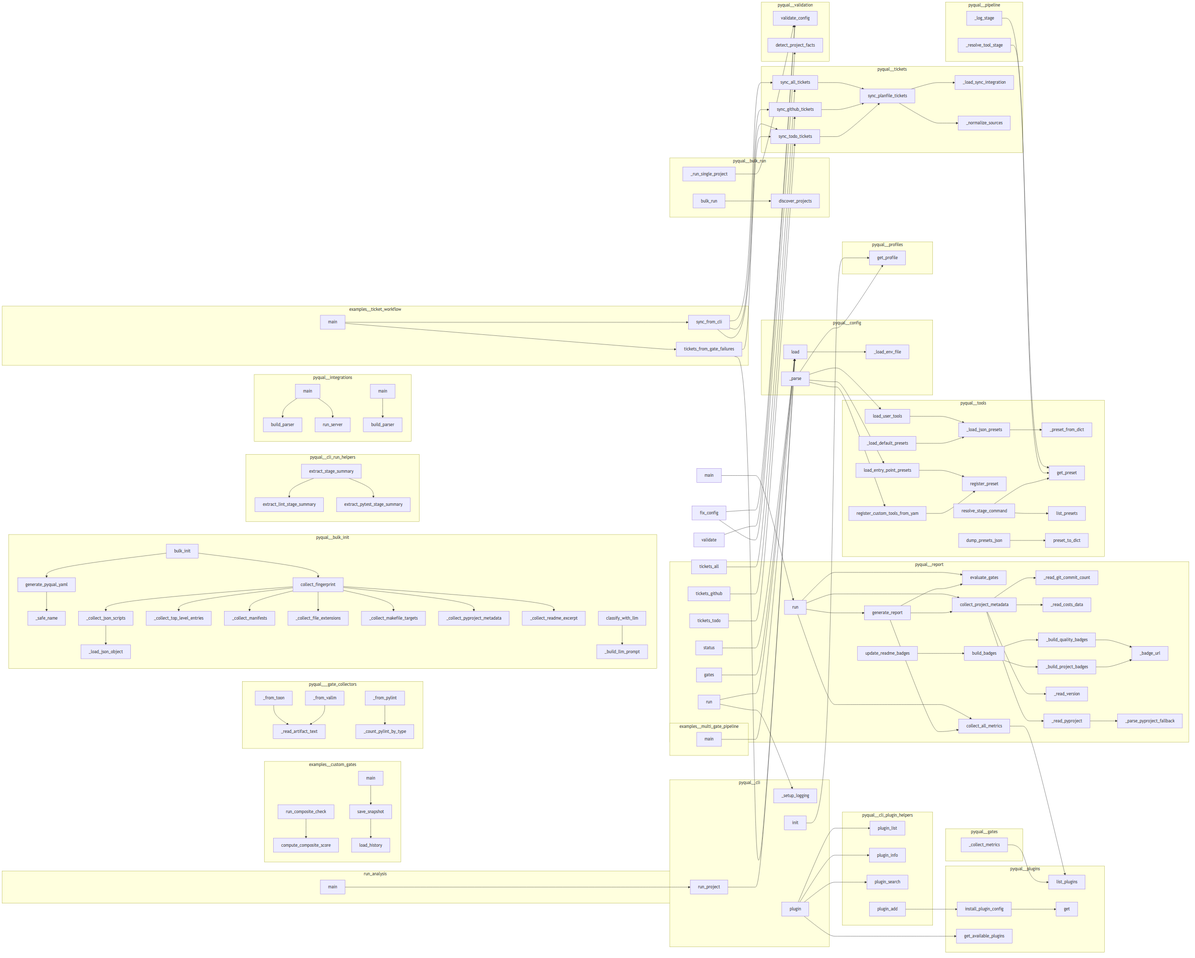
Above: project/calls.png in semcod/pyqual (Mermaid), before the change. Its source is kept beside it as project/calls.mmd.
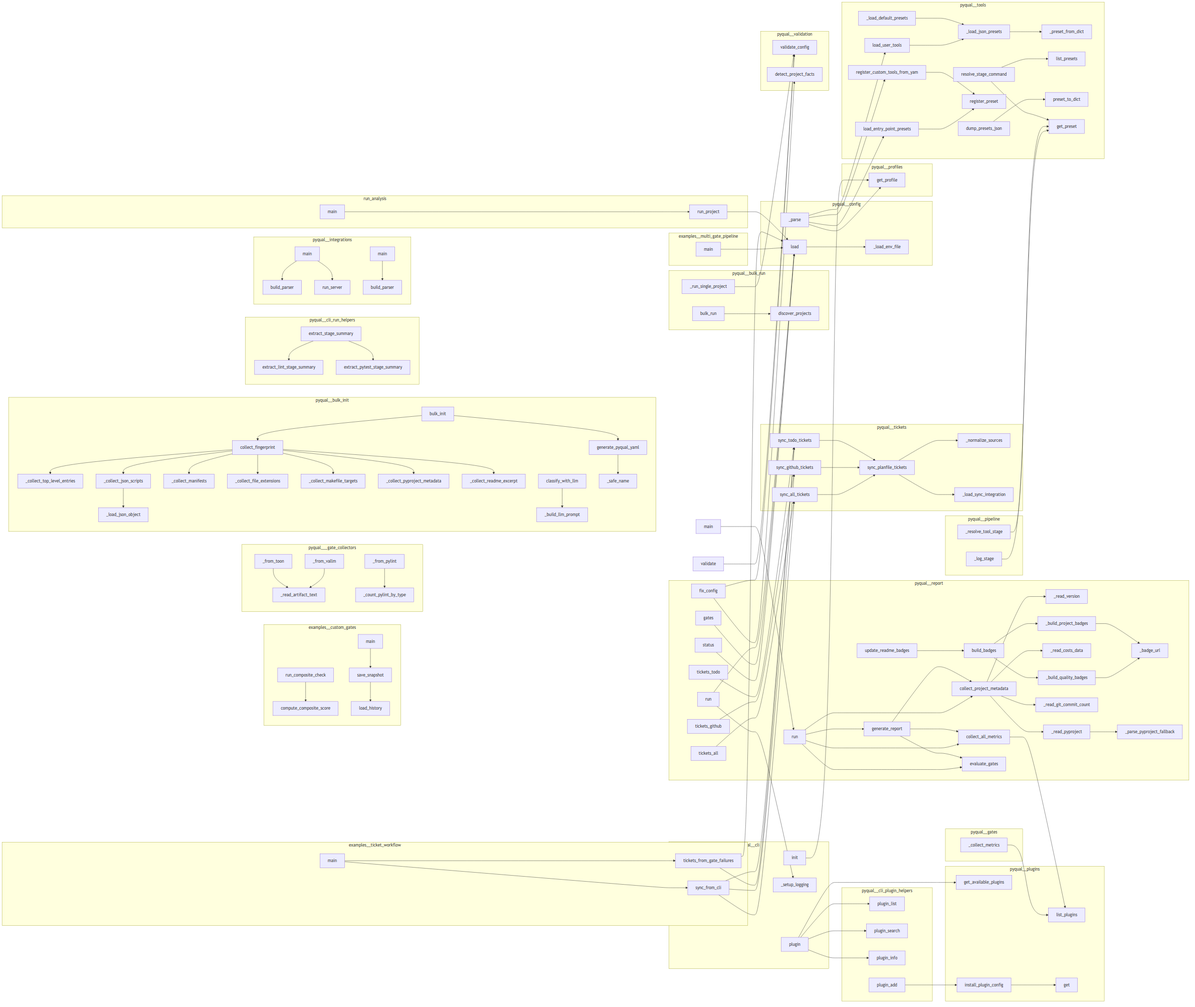
Later version of the same file.

Diff of the diagram source:
```diff
@@ -3,62 +3,62 @@
         examples__custom_gates__composite_gates__compute_composite_score["compute_composite_score"]
         examples__custom_gates__metric_history__main["main"]
         examples__custom_gates__composite_gates__run_composite_check["run_composite_check"]
+        examples__custom_gates__metric_history__load_history["load_history"]
         examples__custom_gates__metric_history__save_snapshot["save_snapshot"]
-        examples__custom_gates__metric_history__load_history["load_history"]
     end
     subgraph examples__multi_gate_pipeline
         examples__multi_gate_pipeline__run_pipeline__main["main"]
     end
     subgraph examples__ticket_workflow
         examples__ticket_workflow__sync_tickets__sync_from_cli["sync_from_cli"]
+        examples__ticket_workflow__sync_tickets__main["main"]
         examples__ticket_workflow__sync_tickets__tickets_from_gate_failures["tickets_from_gate_failures"]
-        examples__ticket_workflow__sync_tickets__main["main"]
     end
     subgraph pyqual___gate_collectors
+        pyqual___gate_collectors___from_toon["_from_toon"]
+        pyqual___gate_collectors___count_pylint_by_type["_count_pylint_by_type"]
+        pyqual___gate_collectors___from_vallm["_from_vallm"]
+        pyqual___gate_collectors___from_pylint["_from_pylint"]
         pyqual___gate_collectors___read_artifact_text["_read_artifact_text"]
-        pyqual___gate_collectors___from_pylint["_from_pylint"]
-        pyqual___gate_collectors___count_pylint_by_type["_count_pylint_by_type"]
-        pyqual___gate_collectors___from_toon["_from_toon"]
-        pyqual___gate_collectors___from_vallm["_from_vallm"]
     end
     subgraph pyqual__bulk_init
+        pyqual__bulk_init___collect_top_level_entries["_collect_top_level_entries"]
+        pyqual__bulk_init___collect_pyproject_metadata["_collect_pyproject_metadata"]
+        pyqual__bulk_init___load_json_object["_load_json_object"]
+        pyqual__bulk_init___collect_manifests["_collect_manifests"]
+        pyqual__bulk_init__collect_fingerprint["collect_fingerprint"]
+        pyqual__bulk_init__classify_with_llm["classify_with_llm"]
+        pyqual__bulk_init___build_llm_prompt["_build_llm_prompt"]
+        pyqual__bulk_init___collect_json_scripts["_collect_json_scripts"]
+        pyqual__bulk_init__bulk_init["bulk_init"]
         pyqual__bulk_init___safe_name["_safe_name"]
         pyqual__bulk_init___collect_readme_excerpt["_collect_readme_excerpt"]
         pyqual__bulk_init___collect_makefile_targets["_collect_makefile_targets"]
-        pyqual__bulk_init___load_json_object["_load_json_object"]
-        pyqual__bulk_init__classify_with_llm["classify_with_llm"]
-        pyqual__bulk_init___collect_json_scripts["_collect_json_scripts"]
-        pyqual__bulk_init___collect_pyproject_metadata["_collect_pyproject_metadata"]
-        pyqual__bulk_init___collect_manifests["_collect_manifests"]
-        pyqual__bulk_init__bulk_init["bulk_init"]
         pyqual__bulk_init___collect_file_extensions["_collect_file_extensions"]
-        pyqual__bulk_init__collect_fingerprint["collect_fingerprint"]
-        pyqual__bulk_init___build_llm_prompt["_build_llm_prompt"]
-        pyqual__bulk_init___collect_top_level_entries["_collect_top_level_entries"]
         pyqual__bulk_init__generate_pyqual_yaml["generate_pyqual_yaml"]
     end
     subgraph pyqual__bulk_run
+        pyqual__bulk_run__bulk_run["bulk_run"]
         pyqual__bulk_run__discover_projects["discover_projects"]
-        pyqual__bulk_run__bulk_run["bulk_run"]
         pyqual__bulk_run___run_single_project["_run_single_project"]
     end
     subgraph pyqual__cli
+        pyqual__cli__status["status"]
+        pyqual__cli__tickets_github["tickets_github"]
         pyqual__cli__validate["validate"]
+        pyqual__cli__gates["gates"]
+        pyqual__cli__init["init"]
+        pyqual__cli__tickets_todo["tickets_todo"]
+        pyqual__cli__tickets_all["tickets_all"]
         pyqual__cli___setup_logging["_setup_logging"]
-        pyqual__cli__tickets_todo["tickets_todo"]
-        pyqual__cli__init["init"]
+        pyqual__cli__plugin["plugin"]
+        pyqual__cli__fix_config["fix_config"]
         pyqual__cli__run["run"]
-        pyqual__cli__tickets_github["tickets_github"]
-        pyqual__cli__status["status"]
-        pyqual__cli__fix_config["fix_config"]
-        pyqual__cli__plugin["plugin"]
-        pyqual__cli__gates["gates"]
-        pyqual__cli__tickets_all["tickets_all"]
     end
     subgraph pyqual__cli_plugin_helpers
         pyqual__cli_plugin_helpers__plugin_list["plugin_list"]
+        pyqual__cli_plugin_helpers__plugin_search["plugin_search"]
         pyqual__cli_plugin_helpers__plugin_info["plugin_info"]
-        pyqual__cli_plugin_helpers__plugin_search["plugin_search"]
         pyqual__cli_plugin_helpers__plugin_add["plugin_add"]
     end
     subgraph pyqual__cli_run_helpers
@@ -75,11 +75,11 @@
         pyqual__gates__GateSet___collect_metrics["_collect_metrics"]
     end
     subgraph pyqual__integrations
-        pyqual__integrations__llx_mcp_service__main["main"]
         pyqual__integrations__llx_mcp_service__build_parser["build_parser"]
         pyqual__integrations__llx_mcp__build_parser["build_parser"]
+        pyqual__integrations__llx_mcp_service__run_server["run_server"]
         pyqual__integrations__llx_mcp__main["main"]
-        pyqual__integrations__llx_mcp_service__run_server["run_server"]
+        pyqual__integrations__llx_mcp_service__main["main"]
     end
     subgraph pyqual__pipeline
         pyqual__pipeline__Pipeline___log_stage["_log_stage"]
@@ -87,52 +87,52 @@
     end
     subgraph pyqual__plugins
         pyqual__plugins__PluginRegistry__list_plugins["list_plugins"]
+        pyqual__plugins__get_available_plugins["get_available_plugins"]
         pyqual__plugins__install_plugin_config["install_plugin_config"]
         pyqual__plugins__PluginRegistry__get["get"]
-        pyqual__plugins__get_available_plugins["get_available_plugins"]
     end
     subgraph pyqual__profiles
         pyqual__profiles__get_profile["get_profile"]
     end
     subgraph pyqual__report
+        pyqual__report___read_version["_read_version"]
+        pyqual__report__collect_all_metrics["collect_all_metrics"]
+        pyqual__report___build_project_badges["_build_project_badges"]
+        pyqual__report___read_costs_data["_read_costs_data"]
+        pyqual__report__build_badges["build_badges"]
+        pyqual__report__collect_project_metadata["collect_project_metadata"]
+        pyqual__report___badge_url["_badge_url"]
+        pyqual__report___read_pyproject["_read_pyproject"]
+        pyqual__report__main["main"]
         pyqual__report__generate_report["generate_report"]
+        pyqual__report__run["run"]
+        pyqual__report___parse_pyproject_fallback["_parse_pyproject_fallback"]
         pyqual__report___read_git_commit_count["_read_git_commit_count"]
         pyqual__report__update_readme_badges["update_readme_badges"]
         pyqual__report__evaluate_gates["evaluate_gates"]
-        pyqual__report___read_costs_data["_read_costs_data"]
-        pyqual__report__build_badges["build_badges"]
-        pyqual__report__main["main"]
         pyqual__report___build_quality_badges["_build_quality_badges"]
-        pyqual__report___read_pyproject["_read_pyproject"]
-        pyqual__report___badge_url["_badge_url"]
-        pyqual__report___parse_pyproject_fallback["_parse_pyproject_fallback"]
-        pyqual__report__collect_all_metrics["collect_all_metrics"]
-        pyqual__report__run["run"]
-        pyqual__report___read_version["_read_version"]
-        pyqual__report__collect_project_metadata["collect_project_metadata"]
-        pyqual__report___build_project_badges["_build_project_badges"]
     end
     subgraph pyqual__tickets
+        pyqual__tickets___normalize_sources["_normalize_sources"]
+        pyqual__tickets___load_sync_integration["_load_sync_integration"]
         pyqual__tickets__sync_github_tickets["sync_github_tickets"]
-        pyqual__tickets___load_sync_integration["_load_sync_integration"]
+        pyqual__tickets__sync_all_tickets["sync_all_tickets"]
         pyqual__tickets__sync_todo_tickets["sync_todo_tickets"]
-        pyqual__tickets__sync_all_tickets["sync_all_tickets"]
-        pyqual__tickets___normalize_sources["_normalize_sources"]
         pyqual__tickets__sync_planfile_tickets["sync_planfile_tickets"]
     end
     subgraph pyqual__tools
+        pyqual__tools__resolve_stage_command["resolve_stage_command"]
+        pyqual__tools__dump_presets_json["dump_presets_json"]
         pyqual__tools___preset_from_dict["_preset_from_dict"]
-        pyqual__tools___load_default_presets["_load_default_presets"]
-        pyqual__tools__get_preset["get_preset"]
-        pyqual__tools___load_json_presets["_load_json_presets"]
         pyqual__tools__register_preset["register_preset"]
-        pyqual__tools__register_custom_tools_from_yaml["register_custom_tools_from_yam"]
-        pyqual__tools__dump_presets_json["dump_presets_json"]
         pyqual__tools__load_user_tools["load_user_tools"]
         pyqual__tools__list_presets["list_presets"]
         pyqual__tools__preset_to_dict["preset_to_dict"]
         pyqual__tools__load_entry_point_presets["load_entry_point_presets"]
-        pyqual__tools__resolve_stage_command["resolve_stage_command"]
+        pyqual__tools__register_custom_tools_from_yaml["register_custom_tools_from_yam"]
+        pyqual__tools___load_default_presets["_load_default_presets"]
+        pyqual__tools___load_json_presets["_load_json_presets"]
+        pyqual__tools__get_preset["get_preset"]
     end
     subgraph pyqual__validation
         pyqual__validation__validate_config["validate_config"]
@@ -142,11 +142,11 @@
         run_analysis__main["main"]
         run_analysis__run_project["run_project"]
     end
+    examples__custom_gates__metric_history__save_snapshot --> examples__custom_gates__metric_history__load_history
+    examples__custom_gates__metric_history__main --> examples__custom_gates__metric_history__save_snapshot
     run_analysis__run_project --> pyqual__config__PyqualConfig__load
     run_analysis__main --> run_analysis__run_project
     examples__custom_gates__composite_gates__run_composite_check --> examples__custom_gates__composite_gates__compute_composite_score
-    examples__custom_gates__metric_history__save_snapshot --> examples__custom_gates__metric_history__load_history
-    examples__custom_gates__metric_history__main --> examples__custom_gates__metric_history__save_snapshot
     examples__ticket_workflow__sync_tickets__sync_from_cli --> pyqual__tickets__sync_github_tickets
     examples__ticket_workflow__sync_tickets__sync_from_cli --> pyqual__tickets__sync_all_tickets
     examples__ticket_workflow__sync_tickets__sync_from_cli --> pyqual__tickets__sync_todo_tickets
@@ -155,11 +155,6 @@
     examples__ticket_workflow__sync_tickets__main --> examples__ticket_workflow__sync_tickets__sync_from_cli
     examples__ticket_workflow__sync_tickets__main --> examples__ticket_workflow__sync_tickets__tickets_from_gate_failures
     examples__multi_gate_pipeline__run_pipeline__main --> pyqual__config__PyqualConfig__load
-    pyqual__config__PyqualConfig__load --> pyqual__config___load_env_file
-    pyqual__config__PyqualConfig___parse --> pyqual__tools__load_entry_point_presets
-    pyqual__config__PyqualConfig___parse --> pyqual__tools__load_user_tools
-    pyqual__config__PyqualConfig___parse --> pyqual__tools__register_custom_tools_from_yaml
-    pyqual__config__PyqualConfig___parse --> pyqual__profiles__get_profile
     pyqual__plugins__install_plugin_config --> pyqual__plugins__PluginRegistry__get
     pyqual__tools___load_json_presets --> pyqual__tools___preset_from_dict
     pyqual__tools___load_default_presets --> pyqual__tools___load_json_presets
@@ -170,6 +165,11 @@
     pyqual__tools__resolve_stage_command --> pyqual__tools__get_preset
     pyqual__tools__resolve_stage_command --> pyqual__tools__list_presets
     pyqual__gates__GateSet___collect_metrics --> pyqual__plugins__PluginRegistry__list_plugins
+    pyqual__config__PyqualConfig__load --> pyqual__config___load_env_file
+    pyqual__config__PyqualConfig___parse --> pyqual__tools__load_entry_point_presets
+    pyqual__config__PyqualConfig___parse --> pyqual__tools__load_user_tools
+    pyqual__config__PyqualConfig___parse --> pyqual__tools__register_custom_tools_from_yaml
+    pyqual__config__PyqualConfig___parse --> pyqual__profiles__get_profile
     pyqual__tickets__sync_planfile_tickets --> pyqual__tickets___load_sync_integration
     pyqual__tickets__sync_planfile_tickets --> pyqual__tickets___normalize_sources
     pyqual__tickets__sync_todo_tickets --> pyqual__tickets__sync_planfile_tickets
@@ -196,6 +196,11 @@
     pyqual___gate_collectors___from_pylint --> pyqual___gate_collectors___count_pylint_by_type
     pyqual__cli_run_helpers__extract_stage_summary --> pyqual__cli_run_helpers__extract_pytest_stage_summary
     pyqual__cli_run_helpers__extract_stage_summary --> pyqual__cli_run_helpers__extract_lint_stage_summary
+    pyqual__bulk_run___run_single_project --> pyqual__validation__validate_config
+    pyqual__bulk_run__bulk_run --> pyqual__bulk_run__discover_projects
+    pyqual__integrations__llx_mcp_service__main --> pyqual__integrations__llx_mcp_service__build_parser
+    pyqual__integrations__llx_mcp_service__main --> pyqual__integrations__llx_mcp_service__run_server
+    pyqual__integrations__llx_mcp__main --> pyqual__integrations__llx_mcp__build_parser
     pyqual__bulk_init___collect_json_scripts --> pyqual__bulk_init___load_json_object
     pyqual__bulk_init__collect_fingerprint --> pyqual__bulk_init___collect_top_level_entries
     pyqual__bulk_init__collect_fingerprint --> pyqual__bulk_init___collect_manifests
@@ -208,11 +213,6 @@
     pyqual__bulk_init__generate_pyqual_yaml --> pyqual__bulk_init___safe_name
     pyqual__bulk_init__bulk_init --> pyqual__bulk_init__collect_fingerprint
     pyqual__bulk_init__bulk_init --> pyqual__bulk_init__generate_pyqual_yaml
-    pyqual__bulk_run___run_single_project --> pyqual__validation__validate_config
-    pyqual__bulk_run__bulk_run --> pyqual__bulk_run__discover_projects
-    pyqual__integrations__llx_mcp_service__main --> pyqual__integrations__llx_mcp_service__build_parser
-    pyqual__integrations__llx_mcp_service__main --> pyqual__integrations__llx_mcp_service__run_server
-    pyqual__integrations__llx_mcp__main --> pyqual__integrations__llx_mcp__build_parser
     pyqual__report___read_pyproject --> pyqual__report___parse_pyproject_fallback
     pyqual__report__collect_project_metadata --> pyqual__report___read_pyproject
     pyqual__report__collect_project_metadata --> pyqual__report___read_version
```
